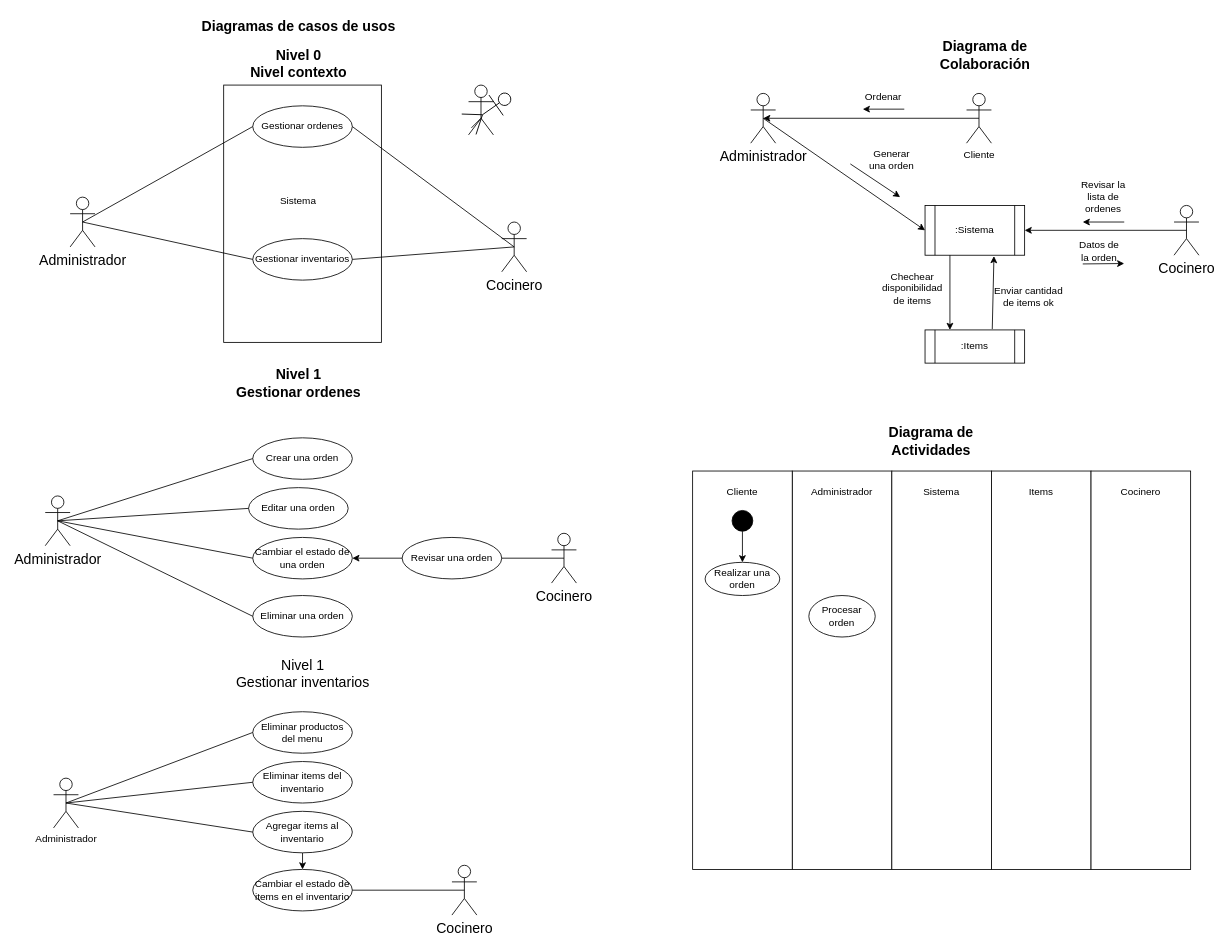
MarUser04/diagramas_SI2 keeps this draw.io diagram as Diagrama sin título.drawio. Above is the earlier version. Source tidied: cells renumbered, new cells numbered last; positions are measured from the earlier drawing's top-left corner, leaving out a move shared by most shapes. Both pictures are drawn from the tidied source at 83%, with x=0, y=0 at pixel (45, 14).
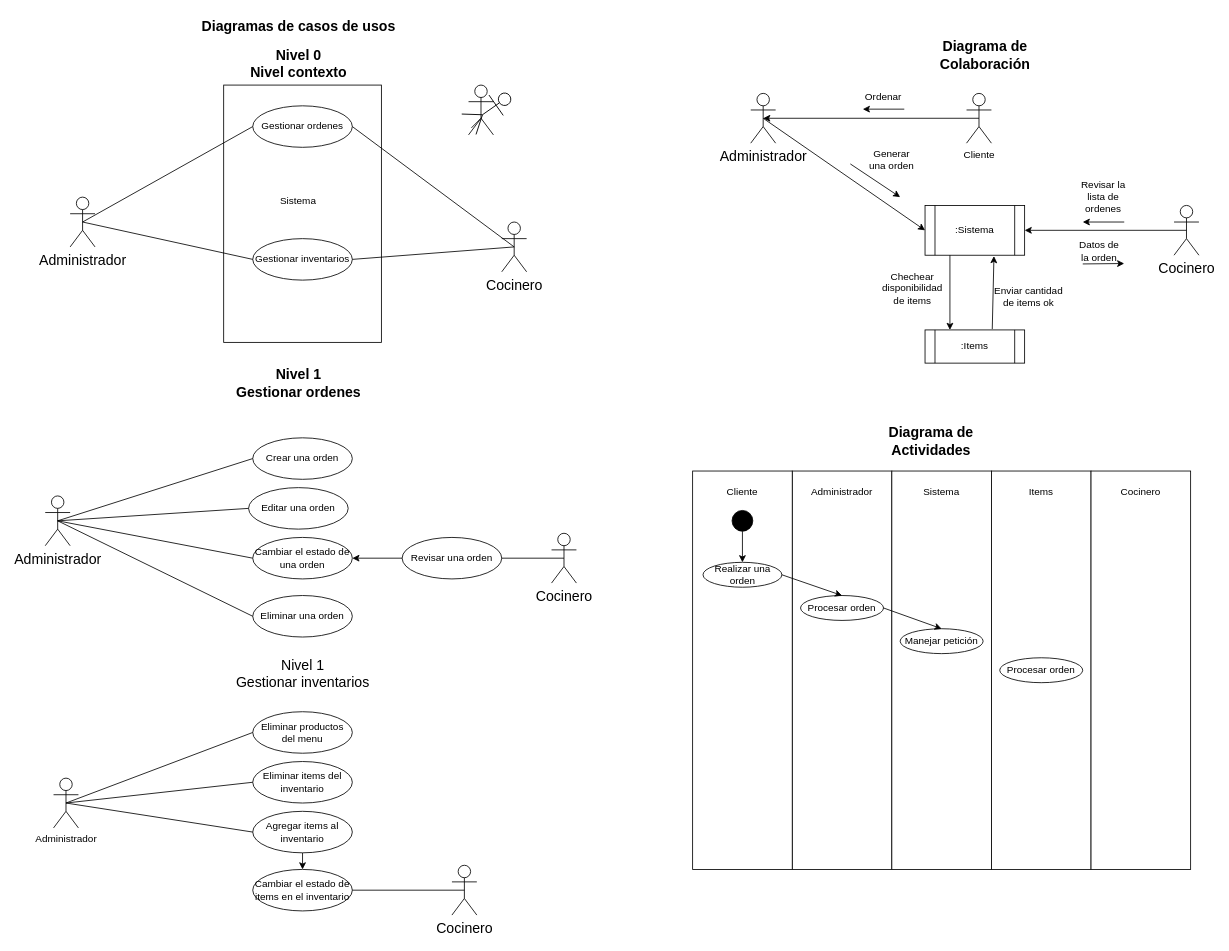
Above is the later version.

Commit message:
diagrama de actividades

The edit, as a diff of the source:
```diff
@@
     <mxCell id="74" value="Realizar una orden" style="ellipse;whiteSpace=wrap;html=1;strokeColor=#000000;fillColor=#FFFFFF;" parent="1" vertex="1">
-      <mxGeometry x="795" y="660" width="90" height="40" as="geometry" />
+      <mxGeometry x="792.5" y="660" width="95" height="30" as="geometry" />
     </mxCell>
@@
     <mxCell id="76" value="Procesar orden" style="ellipse;whiteSpace=wrap;html=1;strokeColor=#000000;fillColor=#FFFFFF;" parent="1" vertex="1">
-      <mxGeometry x="920" y="700" width="80" height="50" as="geometry" />
+      <mxGeometry x="910" y="700" width="100" height="30" as="geometry" />
     </mxCell>
@@
+    <mxCell id="79" value="Manejar petición" style="ellipse;whiteSpace=wrap;html=1;strokeColor=#000000;fillColor=#FFFFFF;" parent="1" vertex="1">
+      <mxGeometry x="1030" y="740" width="100" height="30" as="geometry" />
+    </mxCell>
+    <mxCell id="80" value="Procesar orden" style="ellipse;whiteSpace=wrap;html=1;strokeColor=#000000;fillColor=#FFFFFF;" parent="1" vertex="1">
+      <mxGeometry x="1150" y="775" width="100" height="30" as="geometry" />
+    </mxCell>
+    <mxCell id="81" style="endArrow=classic;html=1;rounded=0;fontSize=17;exitX=1;exitY=0.5;exitDx=0;exitDy=0;entryX=0.5;entryY=0;entryDx=0;entryDy=0;" parent="1" edge="1" source="74" target="76">
+      <mxGeometry relative="1" as="geometry" />
+    </mxCell>
+    <mxCell id="82" style="endArrow=classic;html=1;rounded=0;fontSize=17;exitX=1;exitY=0.5;exitDx=0;exitDy=0;entryX=0.5;entryY=0;entryDx=0;entryDy=0;" parent="1" edge="1" source="76" target="79">
+      <mxGeometry relative="1" as="geometry" />
+    </mxCell>
```
